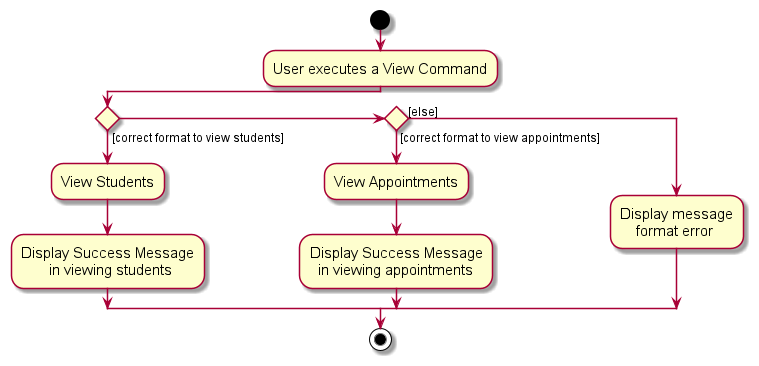
This is docs/images/ViewActivityDiagram.png from nus-cs2103-AY2324S1/tp, a PlantUML export, as it was before one commit.
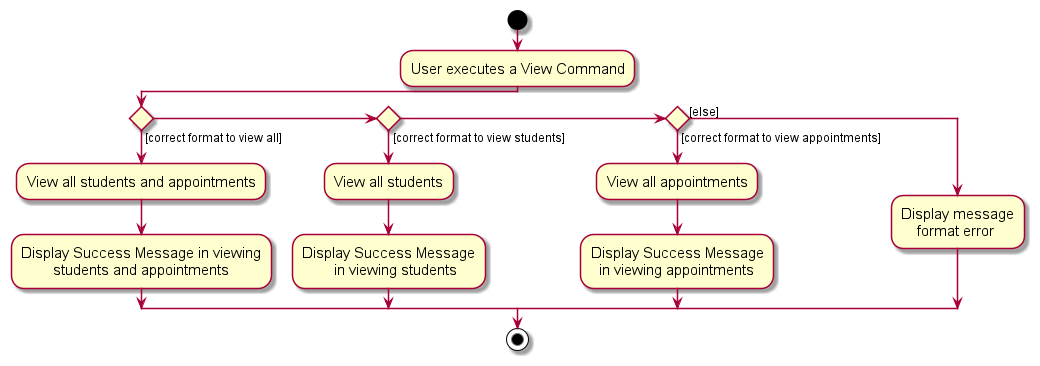
The same file after the commit.

The edit, as a diff of the source:
```diff
@@ -6,12 +6,16 @@
 :User executes a View Command;
 
 
-if () then ([correct format to view students])
-    :View Students;
+if () then ([correct format to view all])
+    :View all students and appointments;
+    :Display Success Message in viewing
+            students and appointments;
+elseif () then ([correct format to view students])
+    :View all students;
     :Display Success Message
-           in viewing students;
+            in viewing students;
 elseif () then ([correct format to view appointments])
-    :View Appointments;
+    :View all appointments;
     :Display Success Message
       in viewing appointments;
 else ([else])
```
